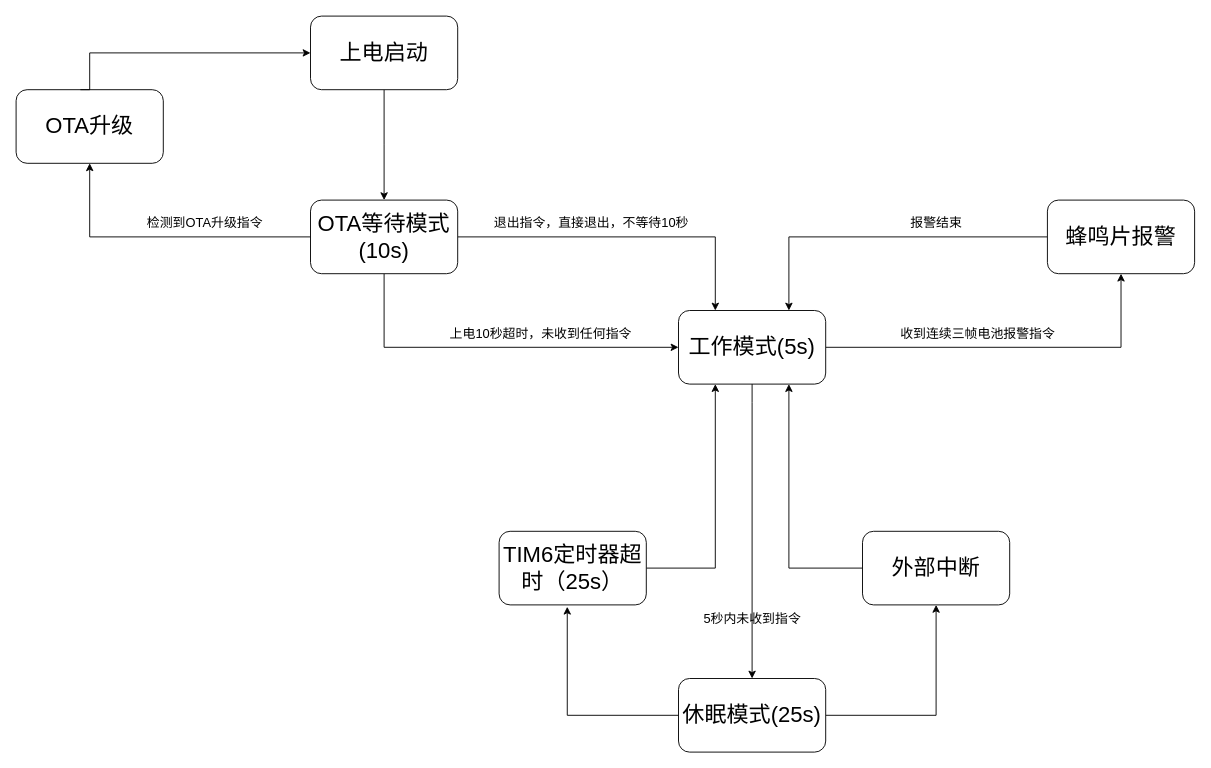
This is libuuu/未命名绘图.drawio from wuzexiang99/mfgtools, a draw.io file, before an edit. Source tidied: cells renumbered, new cells numbered last; positions are measured from the earlier drawing's top-left corner, leaving out a move shared by most shapes. Both pictures are drawn from the tidied source at 92%, with x=0, y=0 at pixel (16, 16).
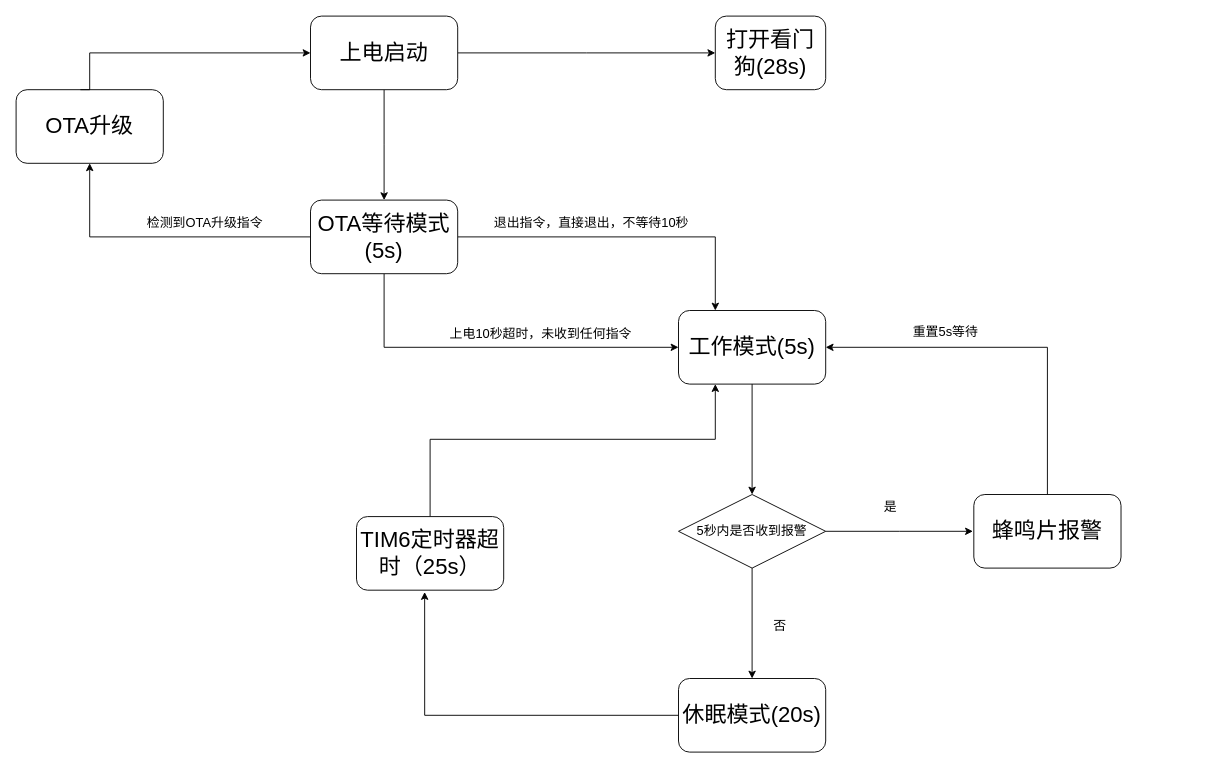
The same diagram, later.

Commit message:
更新未命名绘图.drawio

The change refers to these unchanged cells:
```xml
<mxCell id="3" value="&lt;font style=&quot;font-size: 24px;&quot;&gt;上电启动&lt;/font&gt;" style="rounded=1;whiteSpace=wrap;html=1;" parent="1" vertex="1">
  <mxGeometry x="320" width="160" height="80" as="geometry" />
</mxCell>
<mxCell id="7" value="&lt;span style=&quot;font-size: 24px;&quot;&gt;工作模式(5s)&lt;/span&gt;" style="rounded=1;whiteSpace=wrap;html=1;" parent="1" vertex="1">
  <mxGeometry x="720" y="320" width="160" height="80" as="geometry" />
</mxCell>
```

Diff of the diagram source:
```diff
@@
+    <mxCell id="28" style="edgeStyle=orthogonalEdgeStyle;rounded=0;jettySize=auto;html=1;" parent="1" edge="1" source="3">
+      <mxGeometry relative="1" as="geometry">
+        <mxPoint x="760" y="40" as="targetPoint" />
+      </mxGeometry>
+    </mxCell>
@@
-    <mxCell id="5" style="edgeStyle=orthogonalEdgeStyle;rounded=0;jettySize=auto;html=1;entryX=0.5;entryY=0;entryDx=0;entryDy=0;" parent="1" edge="1" source="7" target="22">
-      <mxGeometry relative="1" as="geometry">
-        <Array as="points">
-          <mxPoint x="800" y="420" />
-          <mxPoint x="800" y="420" />
-        </Array>
-      </mxGeometry>
-    </mxCell>
-    <mxCell id="6" style="edgeStyle=orthogonalEdgeStyle;rounded=0;jettySize=auto;html=1;exitX=1;exitY=0.5;exitDx=0;exitDy=0;entryX=0.5;entryY=1;entryDx=0;entryDy=0;" parent="1" edge="1" source="7" target="20">
-      <mxGeometry relative="1" as="geometry" />
-    </mxCell>
+    <mxCell id="29" style="edgeStyle=orthogonalEdgeStyle;rounded=0;jettySize=auto;html=1;" parent="1" edge="1" source="7" target="32">
+      <mxGeometry relative="1" as="geometry" />
+    </mxCell>
@@
-    <mxCell id="11" value="&lt;span style=&quot;font-size: 24px;&quot;&gt;OTA等待模式(10s)&lt;/span&gt;" style="rounded=1;whiteSpace=wrap;html=1;" parent="1" vertex="1">
+    <mxCell id="11" value="&lt;span style=&quot;font-size: 24px;&quot;&gt;OTA等待模式(5s)&lt;/span&gt;" style="rounded=1;whiteSpace=wrap;html=1;" parent="1" vertex="1">
       <mxGeometry x="320" y="200" width="160" height="80" as="geometry" />
     </mxCell>
@@
-    <mxCell id="15" style="edgeStyle=orthogonalEdgeStyle;rounded=0;jettySize=auto;html=1;entryX=0.75;entryY=1;entryDx=0;entryDy=0;" parent="1" edge="1" source="16" target="7">
-      <mxGeometry relative="1" as="geometry" />
-    </mxCell>
-    <mxCell id="16" value="&lt;span style=&quot;font-size: 24px;&quot;&gt;外部中断&lt;/span&gt;" style="rounded=1;whiteSpace=wrap;html=1;" parent="1" vertex="1">
-      <mxGeometry x="920" y="560" width="160" height="80" as="geometry" />
-    </mxCell>
     <mxCell id="17" style="edgeStyle=orthogonalEdgeStyle;rounded=0;jettySize=auto;html=1;entryX=0.25;entryY=1;entryDx=0;entryDy=0;" parent="1" edge="1" source="18" target="7">
-      <mxGeometry relative="1" as="geometry" />
+      <mxGeometry relative="1" as="geometry">
+        <Array as="points">
+          <mxPoint x="450" y="460" />
+          <mxPoint x="760" y="460" />
+        </Array>
+      </mxGeometry>
     </mxCell>
     <mxCell id="18" value="&lt;span style=&quot;font-size: 24px;&quot;&gt;TIM6定时器超时（25s）&lt;/span&gt;" style="rounded=1;whiteSpace=wrap;html=1;" parent="1" vertex="1">
-      <mxGeometry x="525" y="560" width="160" height="80" as="geometry" />
+      <mxGeometry x="370" y="544" width="160" height="80" as="geometry" />
     </mxCell>
+    <mxCell id="22" value="&lt;span style=&quot;font-size: 24px;&quot;&gt;休眠模式(20s)&lt;/span&gt;" style="rounded=1;whiteSpace=wrap;html=1;" parent="1" vertex="1">
+      <mxGeometry x="720" y="720" width="160" height="80" as="geometry" />
+    </mxCell>
+    <mxCell id="25" style="edgeStyle=orthogonalEdgeStyle;rounded=0;jettySize=auto;html=1;entryX=0.463;entryY=1.025;entryDx=0;entryDy=0;entryPerimeter=0;" parent="1" edge="1" source="22" target="18">
+      <mxGeometry relative="1" as="geometry" />
+    </mxCell>
+    <mxCell id="26" style="edgeStyle=orthogonalEdgeStyle;rounded=0;orthogonalLoop=1;jettySize=auto;html=1;entryX=0.063;entryY=0.5;entryDx=0;entryDy=0;entryPerimeter=0;" parent="1" edge="1">
+      <mxGeometry relative="1" as="geometry">
+        <mxPoint x="69.9" y="80" as="sourcePoint" />
+        <mxPoint x="320" y="40" as="targetPoint" />
+        <Array as="points">
+          <mxPoint x="80" y="80" />
+          <mxPoint x="80" y="40" />
+        </Array>
+      </mxGeometry>
+    </mxCell>
+    <mxCell id="30" style="edgeStyle=orthogonalEdgeStyle;rounded=0;jettySize=auto;html=1;" parent="1" edge="1" source="32" target="22">
+      <mxGeometry relative="1" as="geometry" />
+    </mxCell>
+    <mxCell id="31" style="edgeStyle=orthogonalEdgeStyle;rounded=0;jettySize=auto;html=1;" parent="1" edge="1" source="32">
+      <mxGeometry relative="1" as="geometry">
+        <mxPoint x="1040" y="560" as="targetPoint" />
+      </mxGeometry>
+    </mxCell>
+    <mxCell id="32" value="&lt;font style=&quot;font-size: 14px;&quot;&gt;5秒内是否收到报警&lt;/font&gt;" style="rhombus;whiteSpace=wrap;html=1;" parent="1" vertex="1">
+      <mxGeometry x="720" y="520" width="160" height="80" as="geometry" />
+    </mxCell>
+    <mxCell id="33" value="&lt;font style=&quot;font-size: 14px;&quot;&gt;否&lt;/font&gt;" style="text;html=1;align=center;verticalAlign=middle;strokeColor=none;fillColor=none;" parent="1" vertex="1">
+      <mxGeometry x="810" y="648" width="40" height="30" as="geometry" />
+    </mxCell>
-    <mxCell id="19" style="edgeStyle=orthogonalEdgeStyle;rounded=0;jettySize=auto;html=1;entryX=0.75;entryY=0;entryDx=0;entryDy=0;" parent="1" edge="1" source="20" target="7">
+    <mxCell id="19" style="edgeStyle=orthogonalEdgeStyle;rounded=0;jettySize=auto;html=1;exitX=0.5;exitY=0;exitDx=0;exitDy=0;entryX=1;entryY=0.5;entryDx=0;entryDy=0;" parent="1" edge="1" source="20" target="7">
       <mxGeometry relative="1" as="geometry" />
     </mxCell>
     <mxCell id="20" value="&lt;span style=&quot;font-size: 24px;&quot;&gt;蜂鸣片报警&lt;/span&gt;" style="rounded=1;whiteSpace=wrap;html=1;" parent="1" vertex="1">
-      <mxGeometry x="1121" y="200" width="160" height="80" as="geometry" />
+      <mxGeometry x="1041" y="520" width="160" height="80" as="geometry" />
     </mxCell>
-    <mxCell id="21" style="edgeStyle=orthogonalEdgeStyle;rounded=0;jettySize=auto;html=1;entryX=0.5;entryY=1;entryDx=0;entryDy=0;" parent="1" edge="1" source="22" target="16">
-      <mxGeometry relative="1" as="geometry" />
-    </mxCell>
-    <mxCell id="22" value="&lt;span style=&quot;font-size: 24px;&quot;&gt;休眠模式(25s)&lt;/span&gt;" style="rounded=1;whiteSpace=wrap;html=1;" parent="1" vertex="1">
-      <mxGeometry x="720" y="720" width="160" height="80" as="geometry" />
-    </mxCell>
-    <mxCell id="23" value="&lt;font style=&quot;font-size: 14px;&quot;&gt;5秒内未收到指令&lt;/font&gt;" style="text;html=1;align=center;verticalAlign=middle;strokeColor=none;fillColor=none;" parent="1" vertex="1">
-      <mxGeometry x="735" y="640" width="130" height="30" as="geometry" />
-    </mxCell>
-    <mxCell id="24" value="&lt;font style=&quot;font-size: 14px;&quot;&gt;收到连续三帧电池报警指令&lt;/font&gt;" style="text;html=1;align=center;verticalAlign=middle;strokeColor=none;fillColor=none;" parent="1" vertex="1">
-      <mxGeometry x="950" y="330" width="190" height="30" as="geometry" />
-    </mxCell>
-    <mxCell id="25" style="edgeStyle=orthogonalEdgeStyle;rounded=0;jettySize=auto;html=1;entryX=0.463;entryY=1.025;entryDx=0;entryDy=0;entryPerimeter=0;" parent="1" edge="1" source="22" target="18">
-      <mxGeometry relative="1" as="geometry" />
-    </mxCell>
-    <mxCell id="26" style="edgeStyle=orthogonalEdgeStyle;rounded=0;orthogonalLoop=1;jettySize=auto;html=1;entryX=0.063;entryY=0.5;entryDx=0;entryDy=0;entryPerimeter=0;" parent="1" edge="1">
-      <mxGeometry relative="1" as="geometry">
-        <mxPoint x="69.9" y="80" as="sourcePoint" />
-        <mxPoint x="320" y="40" as="targetPoint" />
-        <Array as="points">
-          <mxPoint x="80" y="80" />
-          <mxPoint x="80" y="40" />
-        </Array>
-      </mxGeometry>
-    </mxCell>
-    <mxCell id="27" value="&lt;font style=&quot;font-size: 14px;&quot;&gt;报警结束&lt;/font&gt;" style="text;html=1;align=center;verticalAlign=middle;strokeColor=none;fillColor=none;" parent="1" vertex="1">
-      <mxGeometry x="960" y="210" width="80" height="30" as="geometry" />
-    </mxCell>
+    <mxCell id="34" value="&lt;font style=&quot;font-size: 14px;&quot;&gt;重置5s等待&lt;/font&gt;" style="text;html=1;align=center;verticalAlign=middle;strokeColor=none;fillColor=none;" parent="1" vertex="1">
+      <mxGeometry x="965" y="328" width="90" height="30" as="geometry" />
+    </mxCell>
+    <mxCell id="35" value="&lt;font style=&quot;font-size: 14px;&quot;&gt;是&lt;/font&gt;" style="text;html=1;align=center;verticalAlign=middle;strokeColor=none;fillColor=none;" parent="1" vertex="1">
+      <mxGeometry x="930" y="518" width="40" height="30" as="geometry" />
+    </mxCell>
+    <mxCell id="36" value="&lt;span style=&quot;font-size: 24px;&quot;&gt;打开看门狗(28s)&lt;/span&gt;" style="rounded=1;whiteSpace=wrap;html=1;" parent="1" vertex="1">
+      <mxGeometry x="760" width="120" height="80" as="geometry" />
+    </mxCell>
```
